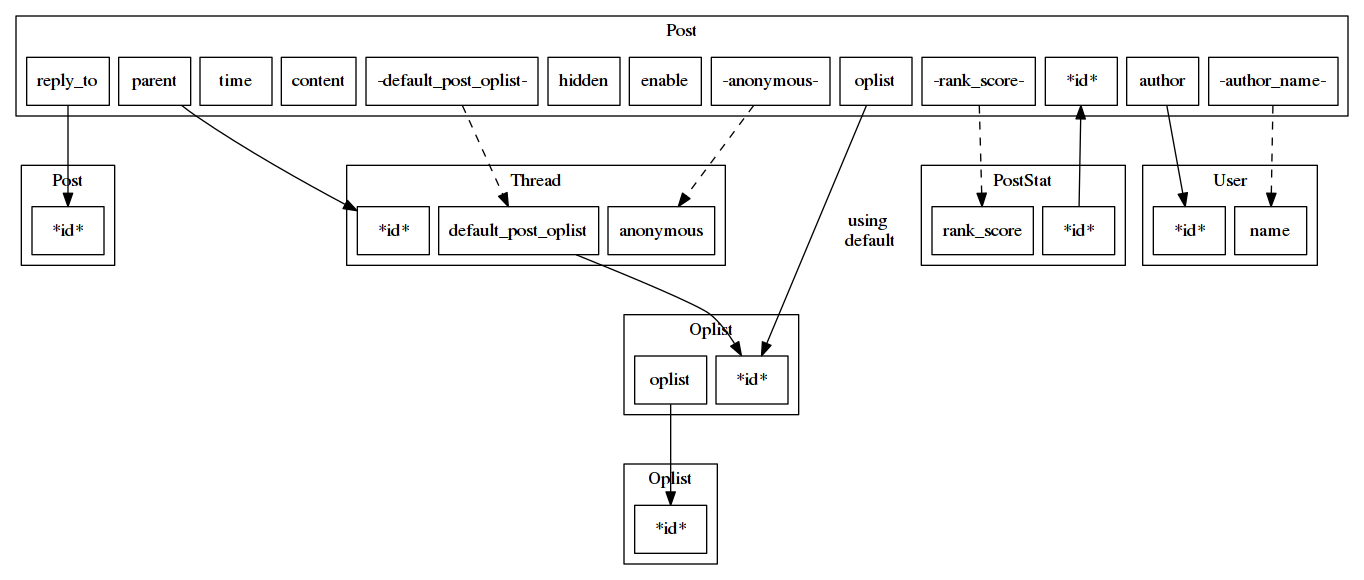
cc98-frontend-development/API keeps this Graphviz diagram as pages/graph/erd/posts.png. Above is the earlier version. Its source is kept beside it as pages/graph/erd/posts.dot.
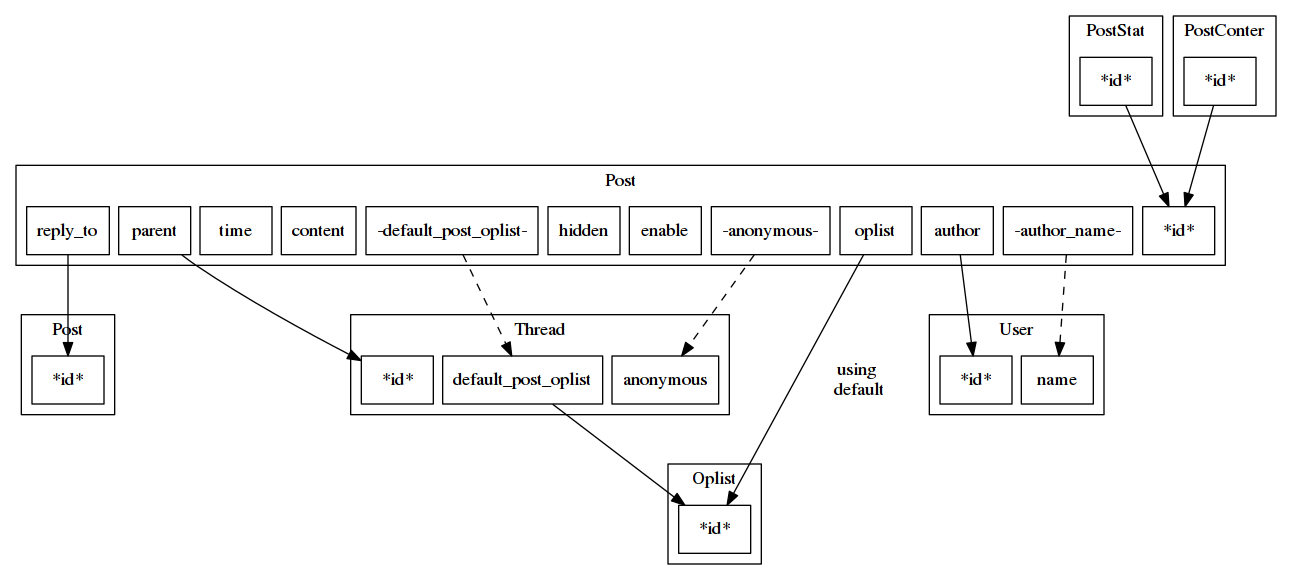
The same diagram one commit later.

Diff of the diagram source:
```diff
@@ -10,7 +10,6 @@
 		node_a_post_reply_to            [ label = "reply_to" ];
 		node_a_post_oplist              [ label = "oplist" ];
 		node_a_post_default_post_oplist [ label = "-default_post_oplist-" ];
-		node_a_post_rank_score          [ label = "-rank_score-" ];
 		node_a_post_enable              [ label = "enable" ];
 		node_a_post_hidden              [ label = "hidden" ];
 		node_a_post_anonymous           [ label = "-anonymous-" ];
@@ -23,7 +22,11 @@
 	subgraph cluster_post_stat {
 		label = "PostStat";
 		node_a_post_stat_id         [ label = "*id*" ];
-		node_a_post_stat_rank_score [ label = "rank_score" ];
+	}
+
+	subgraph cluster_post_couter {
+		label = "PostConter";
+		node_a_post_counter_id      [ label = "*id*" ];
 	}
 
 	subgraph cluster_post_2 {
@@ -41,12 +44,6 @@
 	subgraph cluster_oplist {
 		label = "Oplist";
 		node_a_oplist_id        [ label = "*id*" ];
-		node_a_oplist_oplist    [ label = "oplist" ];
-	}
-
-	subgraph cluster_oplist_2 {
-		label = "Oplist";
-		node_a_oplist_id_2 [ label = "*id*" ];
 	}
 
 	subgraph cluster_user {
@@ -61,12 +58,11 @@
 	node_a_post_oplist -> node_a_oplist_id [ label = "using\n default" ];
 	node_a_post_default_post_oplist -> node_a_thread_default_post_oplist [ style = dashed ];
 	node_a_post_anonymous -> node_a_thread_anonymous [style = dashed ];
-	node_a_post_rank_score -> node_a_post_stat_rank_score [style = dashed ];
 	node_a_post_author -> node_a_user_id;
 	node_a_post_author_name -> node_a_user_name     [ style = dashed ];
 
 	node_a_thread_default_post_oplist -> node_a_oplist_id;
-	node_a_oplist_oplist -> node_a_oplist_id_2;
 
 	node_a_post_stat_id -> node_a_post_id;
+	node_a_post_counter_id -> node_a_post_id;
 }
```
